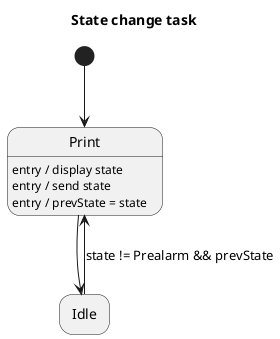
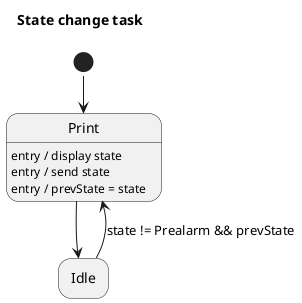
@startuml StateChangeTask
+ !pragma layout smetana
hide empty description

title "State change task"

state start <<start>>

state "Print" as print
print : entry / display state
print : entry / send state
print : entry / prevState = state

state "Idle" as idle

start -d-> print

print -d-> idle
+ print -[hidden]d-> idle
idle -u-> print : state != Prealarm && prevState

@enduml
